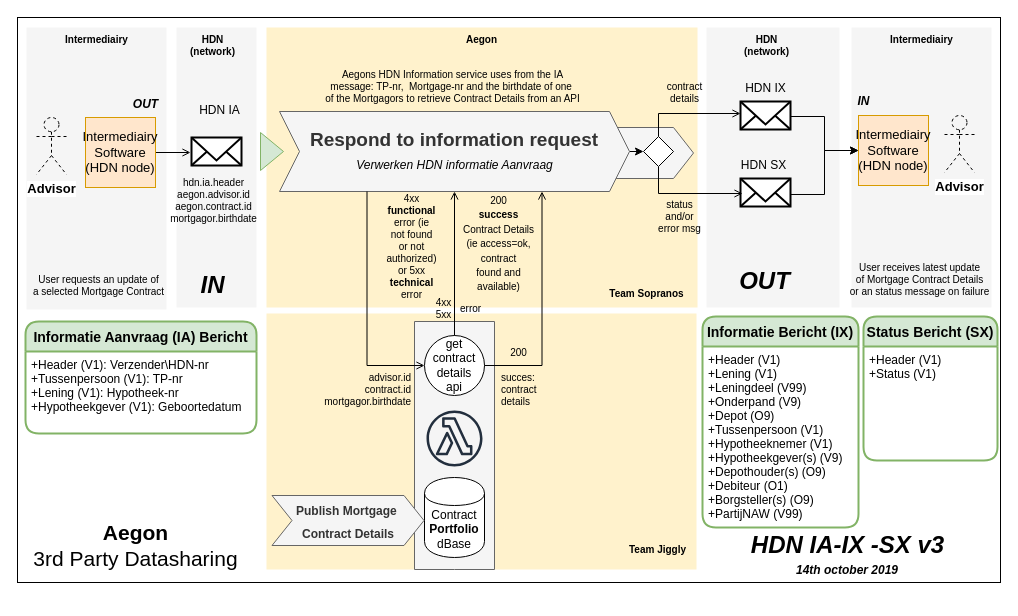
Above: page "Communicatie" (1 of 20) of 3rdPartyDatasharing-HDN-IA-IX.drawio in luchthandel/diagrams (draw.io), before the change. Source tidied: cells renumbered, new cells numbered last; positions are measured from the earlier drawing's top-left corner, leaving out a move shared by most shapes. Both pictures are drawn from the tidied source at 100%, with x=0, y=0 at pixel (17, 17).
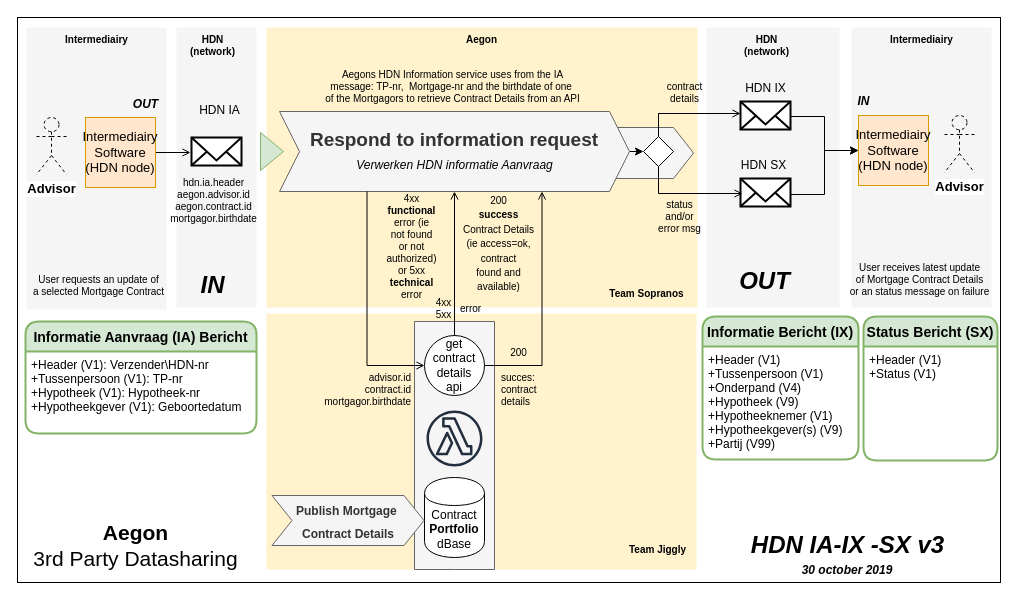
After the change.

The change refers to these unchanged cells:
```xml
<mxCell id="48" value="Informatie Aanvraag (IA) Bericht" style="swimlane;horizontal=1;startSize=30;fillColor=#d5e8d4;rounded=1;fontSize=14;fontStyle=1;strokeWidth=2;shadow=0;dashed=0;align=center;strokeColor=#82b366;" parent="1" vertex="1">
  <mxGeometry x="8" y="304" width="231" height="112" as="geometry" />
</mxCell>
<mxCell id="67" style="group;" parent="1" vertex="1">
  <mxGeometry x="724.5" y="475" width="211" height="106" as="geometry" />
</mxCell>
```

The edit, as a diff of the source:
```diff
@@
-    <mxCell id="49" value="+Header (V1): Verzender\HDN-nr&#10;+Tussenpersoon (V1): TP-nr&#10;+Lening (V1): Hypotheek-nr &#10;+Hypotheekgever (V1): Geboortedatum" style="align=left;strokeColor=none;fillColor=none;spacingLeft=4;fontSize=12;verticalAlign=top;" parent="48" vertex="1">
+    <mxCell id="49" value="+Header (V1): Verzender\HDN-nr&#10;+Tussenpersoon (V1): TP-nr&#10;+Hypotheek (V1): Hypotheek-nr &#10;+Hypotheekgever (V1): Geboortedatum" style="align=left;strokeColor=none;fillColor=none;spacingLeft=4;fontSize=12;verticalAlign=top;" parent="48" vertex="1">
       <mxGeometry y="30" width="231" height="82" as="geometry" />
     </mxCell>
     <mxCell id="50" value="Informatie Bericht (IX)" style="swimlane;horizontal=1;startSize=30;fillColor=#d5e8d4;rounded=1;fontSize=14;fontStyle=1;strokeWidth=2;shadow=0;dashed=0;align=center;strokeColor=#82b366;" parent="1" vertex="1">
-      <mxGeometry x="685" y="299" width="156" height="211" as="geometry" />
+      <mxGeometry x="685" y="299" width="156" height="143" as="geometry" />
     </mxCell>
-    <mxCell id="51" value="+Header (V1)&#10;+Lening (V1)&#10;+Leningdeel (V99)&#10;+Onderpand (V9)&#10;+Depot (O9)&#10;+Tussenpersoon (V1)&#10;+Hypotheeknemer (V1)&#10;+Hypotheekgever(s) (V9)&#10;+Depothouder(s) (O9)&#10;+Debiteur (O1)&#10;+Borgsteller(s) (O9)&#10;+PartijNAW (V99)" style="align=left;strokeColor=none;fillColor=none;spacingLeft=4;fontSize=12;verticalAlign=top;" parent="50" vertex="1">
-      <mxGeometry y="30" width="156" height="181" as="geometry" />
+    <mxCell id="51" value="+Header (V1)&#10;+Tussenpersoon (V1)&#10;+Onderpand (V4)&#10;+Hypotheek (V9)&#10;+Hypotheeknemer (V1)&#10;+Hypotheekgever(s) (V9)&#10;+Partij (V99)" style="align=left;strokeColor=none;fillColor=none;spacingLeft=4;fontSize=12;verticalAlign=top;" parent="50" vertex="1">
+      <mxGeometry y="30" width="156" height="113" as="geometry" />
     </mxCell>
@@
-    <mxCell id="69" value="&lt;font&gt;&lt;b&gt;&lt;i&gt;14th october 2019&lt;/i&gt;&lt;/b&gt;&lt;br&gt;&lt;/font&gt;" style="text;html=1;strokeColor=none;fillColor=none;align=center;verticalAlign=middle;whiteSpace=wrap;rounded=0;" parent="67" vertex="1">
+    <mxCell id="69" value="&lt;font&gt;&lt;b&gt;&lt;i&gt;30 october 2019&lt;/i&gt;&lt;/b&gt;&lt;br&gt;&lt;/font&gt;" style="text;html=1;strokeColor=none;fillColor=none;align=center;verticalAlign=middle;whiteSpace=wrap;rounded=0;" parent="67" vertex="1">
       <mxGeometry x="35.5" y="68" width="140" height="19" as="geometry" />
     </mxCell>
```
